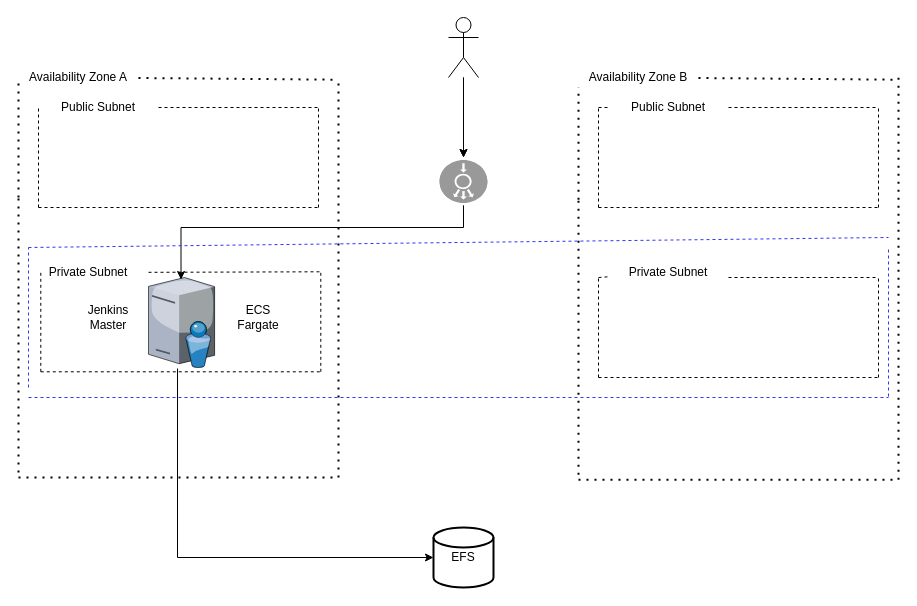
Before: images/CICD.drawio in mikepettenato/cn-diagrams, a draw.io diagram. Source tidied: cells renumbered, new cells numbered last; positions are measured from the earlier drawing's top-left corner, leaving out a move shared by most shapes. Both pictures are drawn from the tidied source at 100%, with x=0, y=0 at pixel (18, 17).
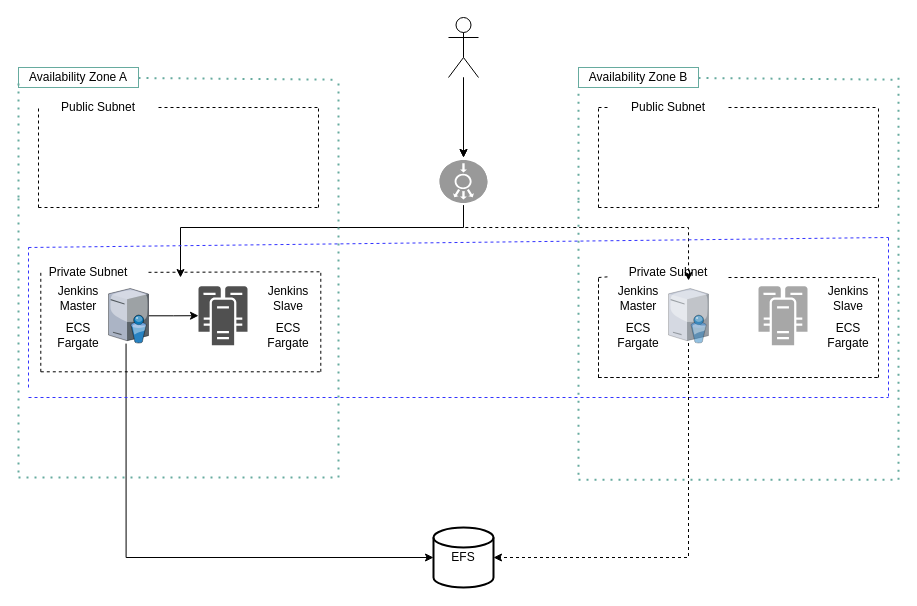
The same page after the edit.

Unchanged cells that the change refers to:
```xml
<mxCell id="8" style="fillColor=#999999;verticalLabelPosition=bottom;html=1;strokeColor=#ffffff;verticalAlign=top;align=center;points=[[0.145,0.145,0],[0.5,0,0],[0.855,0.145,0],[1,0.5,0],[0.855,0.855,0],[0.5,1,0],[0.145,0.855,0],[0,0.5,0]];shape=mxgraph.cisco_safe.compositeIcon;bgIcon=ellipse;resIcon=mxgraph.cisco_safe.capability.load_balancer;direction=south;" parent="1" vertex="1">
  <mxGeometry x="423.5" y="140" width="43" height="47.8" as="geometry" />
</mxCell>
<mxCell id="26" value="EFS" style="strokeWidth=2;html=1;shape=mxgraph.flowchart.database;whiteSpace=wrap;" parent="1" vertex="1">
  <mxGeometry x="415" y="510" width="60" height="60" as="geometry" />
</mxCell>
<mxCell id="48" value="Private Subnet" style="text;html=1;strokeColor=none;fillColor=none;align=center;verticalAlign=middle;whiteSpace=wrap;rounded=0;" parent="1" vertex="1">
  <mxGeometry x="590" y="250" width="120" height="10" as="geometry" />
</mxCell>
```

Change to the diagram source:
```diff
@@
+    <mxCell id="52" style="edgeStyle=orthogonalEdgeStyle;rounded=0;jettySize=auto;html=1;strokeColor=#000000;" parent="1" edge="1" source="3" target="54">
+      <mxGeometry relative="1" as="geometry" />
+    </mxCell>
     <mxCell id="3" style="verticalLabelPosition=bottom;html=1;verticalAlign=top;strokeColor=none;shape=mxgraph.citrix.directory_server;rounded=0;shadow=0;comic=0;fontFamily=Verdana;" parent="1" vertex="1">
-      <mxGeometry x="130" y="260" width="66.1" height="90" as="geometry" />
+      <mxGeometry x="90" y="271" width="40" height="54.5" as="geometry" />
     </mxCell>
@@
-    <mxCell id="7" style="edgeStyle=orthogonalEdgeStyle;rounded=0;jettySize=auto;html=1;exitX=1;exitY=0.5;exitDx=0;exitDy=0;exitPerimeter=0;entryX=0.492;entryY=0.023;entryDx=0;entryDy=0;entryPerimeter=0;" parent="1" edge="1" source="8" target="3">
+    <mxCell id="7" style="edgeStyle=orthogonalEdgeStyle;rounded=0;jettySize=auto;html=1;exitX=1;exitY=0.5;exitDx=0;exitDy=0;exitPerimeter=0;" parent="1" edge="1" source="8">
       <mxGeometry relative="1" as="geometry">
+        <mxPoint x="162" y="260" as="targetPoint" />
         <Array as="points">
           <mxPoint x="445" y="210" />
           <mxPoint x="162" y="210" />
         </Array>
       </mxGeometry>
     </mxCell>
+    <mxCell id="53" style="edgeStyle=orthogonalEdgeStyle;rounded=0;jettySize=auto;html=1;entryX=0.667;entryY=1.3;entryDx=0;entryDy=0;entryPerimeter=0;strokeColor=#000000;dashed=1;" parent="1" edge="1" source="8" target="48">
+      <mxGeometry relative="1" as="geometry">
+        <Array as="points">
+          <mxPoint x="445" y="210" />
+          <mxPoint x="670" y="210" />
+        </Array>
+      </mxGeometry>
+    </mxCell>
@@
-    <mxCell id="9" style="endArrow=none;dashed=1;html=1;dashPattern=1 3;strokeWidth=2;" parent="1" edge="1">
+    <mxCell id="9" style="endArrow=none;dashed=1;html=1;dashPattern=1 3;strokeWidth=2;strokeColor=#67AB9F;" parent="1" edge="1">
       <mxGeometry relative="1" as="geometry">
         <mxPoint x="320" y="460" as="sourcePoint" />
         <mxPoint x="320" y="60" as="targetPoint" />
       </mxGeometry>
     </mxCell>
-    <mxCell id="10" style="endArrow=none;dashed=1;html=1;dashPattern=1 3;strokeWidth=2;" parent="1" edge="1">
+    <mxCell id="10" style="endArrow=none;dashed=1;html=1;dashPattern=1 3;strokeWidth=2;strokeColor=#67AB9F;" parent="1" edge="1">
       <mxGeometry relative="1" as="geometry">
         <mxPoint y="460" as="sourcePoint" />
         <mxPoint x="320" y="460" as="targetPoint" />
       </mxGeometry>
     </mxCell>
-    <mxCell id="11" style="endArrow=none;dashed=1;html=1;dashPattern=1 3;strokeWidth=2;" parent="1" edge="1">
+    <mxCell id="11" style="endArrow=none;dashed=1;html=1;dashPattern=1 3;strokeWidth=2;strokeColor=#67AB9F;" parent="1" edge="1">
       <mxGeometry relative="1" as="geometry">
         <mxPoint y="455" as="sourcePoint" />
         <mxPoint y="180" as="targetPoint" />
       </mxGeometry>
     </mxCell>
-    <mxCell id="12" style="endArrow=none;dashed=1;html=1;dashPattern=1 3;strokeWidth=2;startArrow=none;" parent="1" edge="1" source="13">
+    <mxCell id="12" style="endArrow=none;dashed=1;html=1;dashPattern=1 3;strokeWidth=2;startArrow=none;strokeColor=#67AB9F;" parent="1" edge="1" source="13">
       <mxGeometry relative="1" as="geometry">
         <mxPoint x="320" y="62.2" as="targetPoint" />
       </mxGeometry>
     </mxCell>
-    <mxCell id="13" value="Availability Zone A" style="text;html=1;strokeColor=none;fillColor=none;align=center;verticalAlign=middle;whiteSpace=wrap;rounded=0;" parent="1" vertex="1">
+    <mxCell id="13" value="Availability Zone A" style="text;html=1;strokeColor=#67AB9F;fillColor=none;align=center;verticalAlign=middle;whiteSpace=wrap;rounded=0;" parent="1" vertex="1">
       <mxGeometry y="50" width="120" height="20" as="geometry" />
     </mxCell>
-    <mxCell id="14" style="endArrow=none;dashed=1;html=1;dashPattern=1 3;strokeWidth=2;entryX=0;entryY=0.5;entryDx=0;entryDy=0;" parent="1" edge="1" target="13">
+    <mxCell id="14" style="endArrow=none;dashed=1;html=1;dashPattern=1 3;strokeWidth=2;entryX=0;entryY=0.5;entryDx=0;entryDy=0;strokeColor=#67AB9F;" parent="1" edge="1" target="13">
       <mxGeometry relative="1" as="geometry">
         <mxPoint y="180" as="sourcePoint" />
       </mxGeometry>
     </mxCell>
@@
-    <mxCell id="16" style="endArrow=none;dashed=1;html=1;dashPattern=1 3;strokeWidth=2;" parent="1" edge="1">
+    <mxCell id="16" style="endArrow=none;dashed=1;html=1;dashPattern=1 3;strokeWidth=2;strokeColor=#67AB9F;" parent="1" edge="1">
       <mxGeometry relative="1" as="geometry">
         <mxPoint x="880" y="462.2" as="sourcePoint" />
         <mxPoint x="880" y="60" as="targetPoint" />
       </mxGeometry>
     </mxCell>
-    <mxCell id="17" style="endArrow=none;dashed=1;html=1;dashPattern=1 3;strokeWidth=2;" parent="1" edge="1">
+    <mxCell id="17" style="endArrow=none;dashed=1;html=1;dashPattern=1 3;strokeWidth=2;strokeColor=#67AB9F;" parent="1" edge="1">
       <mxGeometry relative="1" as="geometry">
         <mxPoint x="560" y="462.2" as="sourcePoint" />
         <mxPoint x="880" y="462.2" as="targetPoint" />
       </mxGeometry>
     </mxCell>
-    <mxCell id="18" style="endArrow=none;dashed=1;html=1;dashPattern=1 3;strokeWidth=2;" parent="1" edge="1">
+    <mxCell id="18" style="endArrow=none;dashed=1;html=1;dashPattern=1 3;strokeWidth=2;strokeColor=#67AB9F;" parent="1" edge="1">
       <mxGeometry relative="1" as="geometry">
         <mxPoint x="560" y="457.2" as="sourcePoint" />
         <mxPoint x="560" y="182.2" as="targetPoint" />
       </mxGeometry>
     </mxCell>
-    <mxCell id="19" style="endArrow=none;dashed=1;html=1;dashPattern=1 3;strokeWidth=2;startArrow=none;" parent="1" edge="1" source="20">
+    <mxCell id="19" style="endArrow=none;dashed=1;html=1;dashPattern=1 3;strokeWidth=2;startArrow=none;strokeColor=#67AB9F;" parent="1" edge="1" source="20">
       <mxGeometry relative="1" as="geometry">
         <mxPoint x="880" y="62.2" as="targetPoint" />
       </mxGeometry>
     </mxCell>
-    <mxCell id="20" value="Availability Zone B" style="text;html=1;strokeColor=none;fillColor=none;align=center;verticalAlign=middle;whiteSpace=wrap;rounded=0;" parent="1" vertex="1">
+    <mxCell id="20" value="Availability Zone B" style="text;html=1;strokeColor=#67AB9F;fillColor=none;align=center;verticalAlign=middle;whiteSpace=wrap;rounded=0;" parent="1" vertex="1">
       <mxGeometry x="560" y="50" width="120" height="20" as="geometry" />
     </mxCell>
-    <mxCell id="21" style="endArrow=none;dashed=1;html=1;dashPattern=1 3;strokeWidth=2;entryX=0;entryY=1;entryDx=0;entryDy=0;" parent="1" edge="1" target="20">
+    <mxCell id="21" style="endArrow=none;dashed=1;html=1;dashPattern=1 3;strokeWidth=2;entryX=0;entryY=1;entryDx=0;entryDy=0;strokeColor=#67AB9F;" parent="1" edge="1" target="20">
       <mxGeometry relative="1" as="geometry">
         <mxPoint x="560" y="182.2" as="sourcePoint" />
       </mxGeometry>
     </mxCell>
@@
     <mxCell id="24" style="endArrow=none;dashed=1;html=1;strokeColor=#3333FF;" parent="1" edge="1">
       <mxGeometry relative="1" as="geometry">
         <mxPoint x="870" y="379" as="sourcePoint" />
-        <mxPoint x="870" y="229" as="targetPoint" />
+        <mxPoint x="870" y="220" as="targetPoint" />
       </mxGeometry>
     </mxCell>
@@
     <mxCell id="50" value="ECS&lt;br&gt;Fargate" style="text;html=1;strokeColor=none;fillColor=none;align=center;verticalAlign=middle;whiteSpace=wrap;rounded=0;" parent="1" vertex="1">
-      <mxGeometry x="220" y="290" width="40" height="20" as="geometry" />
+      <mxGeometry x="40" y="307.7" width="40" height="20" as="geometry" />
     </mxCell>
     <mxCell id="51" value="Jenkins Master" style="text;html=1;strokeColor=none;fillColor=none;align=center;verticalAlign=middle;whiteSpace=wrap;rounded=0;" parent="1" vertex="1">
-      <mxGeometry x="70" y="290" width="40" height="20" as="geometry" />
+      <mxGeometry x="40" y="271" width="40" height="20" as="geometry" />
     </mxCell>
+    <mxCell id="54" style="shadow=0;dashed=0;html=1;strokeColor=none;fillColor=#505050;labelPosition=center;verticalLabelPosition=bottom;verticalAlign=top;outlineConnect=0;align=center;shape=mxgraph.office.servers.cluster_server;direction=east;" parent="1" vertex="1">
+      <mxGeometry x="180" y="268.7" width="49" height="59" as="geometry" />
+    </mxCell>
+    <mxCell id="55" style="endArrow=none;dashed=1;html=1;strokeColor=#000000;" parent="1" edge="1">
+      <mxGeometry relative="1" as="geometry">
+        <mxPoint x="580" y="360" as="sourcePoint" />
+        <mxPoint x="860" y="360" as="targetPoint" />
+      </mxGeometry>
+    </mxCell>
+    <mxCell id="56" style="endArrow=none;dashed=1;html=1;strokeColor=#000000;" parent="1" edge="1">
+      <mxGeometry relative="1" as="geometry">
+        <mxPoint x="580" y="360" as="sourcePoint" />
+        <mxPoint x="580" y="260" as="targetPoint" />
+      </mxGeometry>
+    </mxCell>
+    <mxCell id="57" value="ECS&lt;br&gt;Fargate" style="text;html=1;strokeColor=none;fillColor=none;align=center;verticalAlign=middle;whiteSpace=wrap;rounded=0;" parent="1" vertex="1">
+      <mxGeometry x="250" y="307.7" width="40" height="20" as="geometry" />
+    </mxCell>
+    <mxCell id="58" value="Jenkins Slave" style="text;html=1;strokeColor=none;fillColor=none;align=center;verticalAlign=middle;whiteSpace=wrap;rounded=0;" parent="1" vertex="1">
+      <mxGeometry x="250" y="271" width="40" height="20" as="geometry" />
+    </mxCell>
+    <mxCell id="59" value="Jenkins Master" style="text;html=1;strokeColor=none;fillColor=none;align=center;verticalAlign=middle;whiteSpace=wrap;rounded=0;opacity=50;" parent="1" vertex="1">
+      <mxGeometry x="600" y="271" width="40" height="20" as="geometry" />
+    </mxCell>
+    <mxCell id="60" value="ECS&lt;br&gt;Fargate" style="text;html=1;strokeColor=none;fillColor=none;align=center;verticalAlign=middle;whiteSpace=wrap;rounded=0;opacity=50;" parent="1" vertex="1">
+      <mxGeometry x="600" y="307.7" width="40" height="20" as="geometry" />
+    </mxCell>
+    <mxCell id="61" style="edgeStyle=orthogonalEdgeStyle;rounded=0;jettySize=auto;html=1;entryX=1;entryY=0.5;entryDx=0;entryDy=0;entryPerimeter=0;dashed=1;strokeColor=#000000;" parent="1" edge="1" source="62" target="26">
+      <mxGeometry relative="1" as="geometry">
+        <Array as="points">
+          <mxPoint x="670" y="540" />
+        </Array>
+      </mxGeometry>
+    </mxCell>
+    <mxCell id="62" style="verticalLabelPosition=bottom;html=1;verticalAlign=top;strokeColor=none;shape=mxgraph.citrix.directory_server;rounded=0;shadow=0;comic=0;fontFamily=Verdana;opacity=50;" parent="1" vertex="1">
+      <mxGeometry x="650" y="271" width="40" height="54.5" as="geometry" />
+    </mxCell>
+    <mxCell id="63" style="shadow=0;dashed=0;html=1;strokeColor=none;fillColor=#505050;labelPosition=center;verticalLabelPosition=bottom;verticalAlign=top;align=center;shape=mxgraph.office.servers.cluster_server;direction=east;opacity=50;" parent="1" vertex="1">
+      <mxGeometry x="740" y="268.7" width="49" height="59" as="geometry" />
+    </mxCell>
+    <mxCell id="64" value="Jenkins Slave" style="text;html=1;strokeColor=none;fillColor=none;align=center;verticalAlign=middle;whiteSpace=wrap;rounded=0;opacity=50;" parent="1" vertex="1">
+      <mxGeometry x="810" y="271" width="40" height="20" as="geometry" />
+    </mxCell>
+    <mxCell id="65" value="ECS&lt;br&gt;Fargate" style="text;html=1;strokeColor=none;fillColor=none;align=center;verticalAlign=middle;whiteSpace=wrap;rounded=0;opacity=50;" parent="1" vertex="1">
+      <mxGeometry x="810" y="307.7" width="40" height="20" as="geometry" />
+    </mxCell>
```
